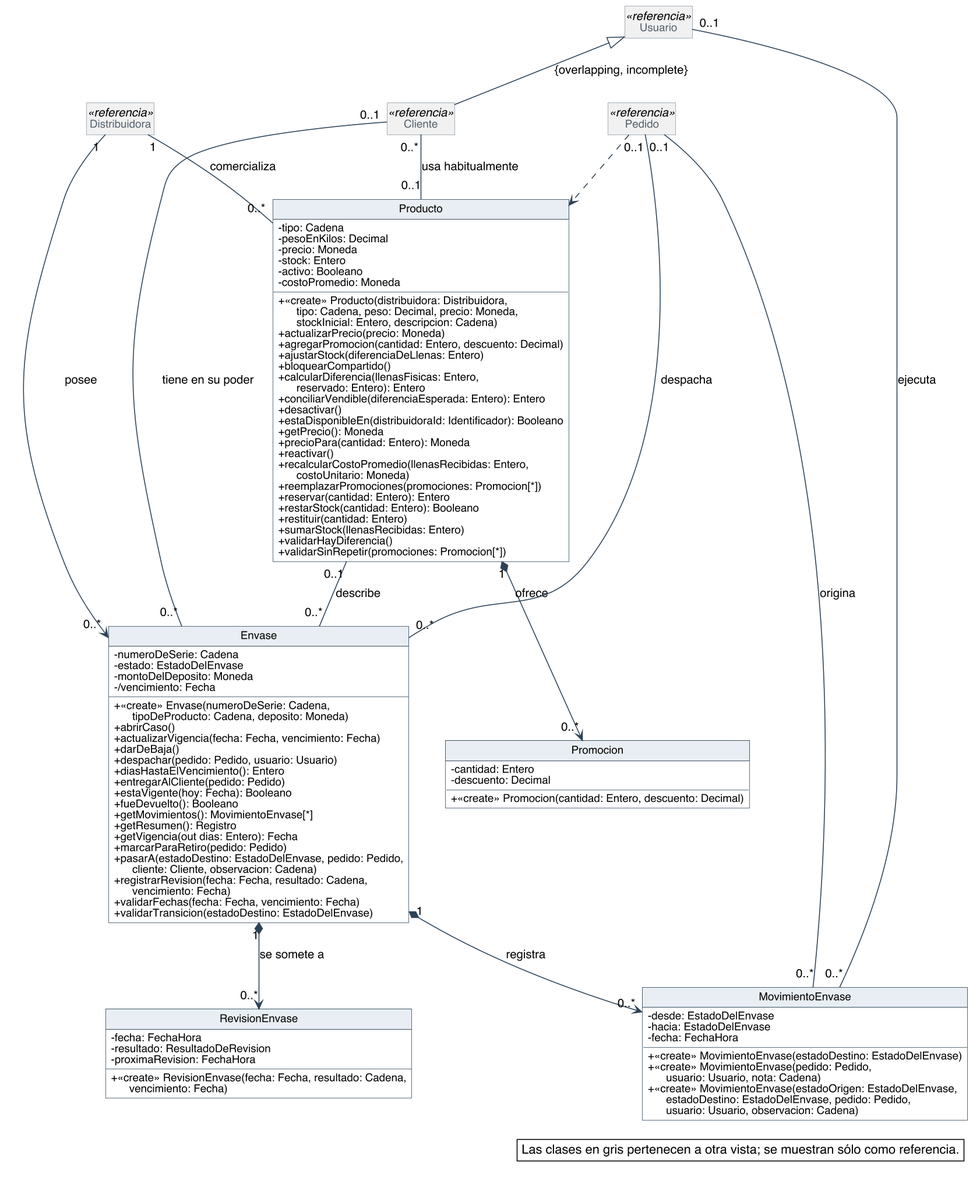
Nahuelito-Dev/splg-docs keeps this PlantUML diagram as diagramas/clases-diseno/DC_Productos-y-envases.png. Above is the earlier version.
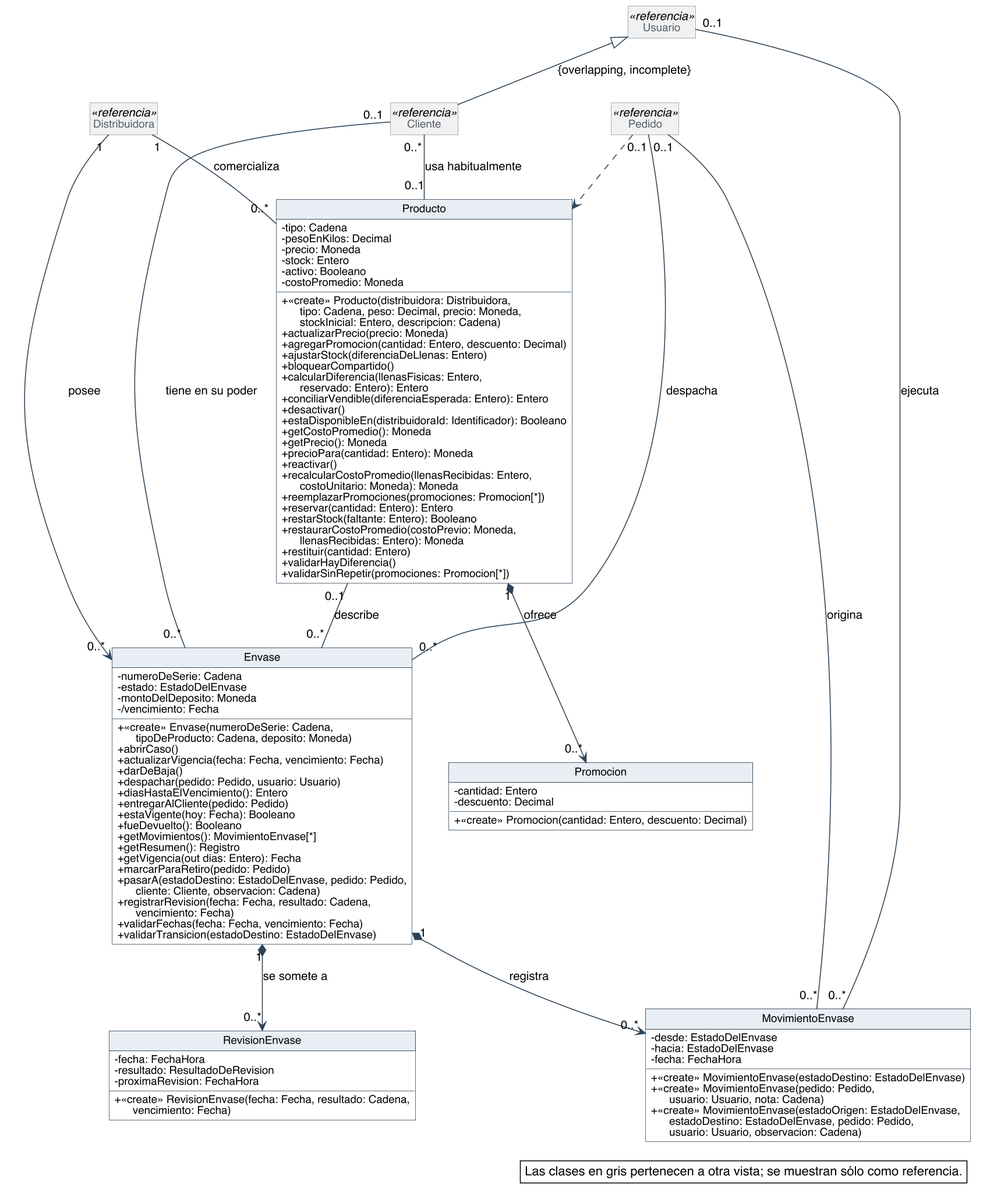
The same diagram one commit later.

Change to the diagram source:
```diff
@@ -73,15 +73,16 @@
   + conciliarVendible(diferenciaEsperada: Entero): Entero
   + desactivar()
   + estaDisponibleEn(distribuidoraId: Identificador): Booleano
+  + getCostoPromedio(): Moneda
   + getPrecio(): Moneda
   + precioPara(cantidad: Entero): Moneda
   + reactivar()
-  + recalcularCostoPromedio(llenasRecibidas: Entero,\n      costoUnitario: Moneda)
+  + recalcularCostoPromedio(llenasRecibidas: Entero,\n      costoUnitario: Moneda): Moneda
   + reemplazarPromociones(promociones: Promocion[*])
   + reservar(cantidad: Entero): Entero
-  + restarStock(cantidad: Entero): Booleano
+  + restarStock(faltante: Entero): Booleano
+  + restaurarCostoPromedio(costoPrevio: Moneda,\n      llenasRecibidas: Entero): Moneda
   + restituir(cantidad: Entero)
-  + sumarStock(llenasRecibidas: Entero)
   + validarHayDiferencia()
   + validarSinRepetir(promociones: Promocion[*])
 }
```
